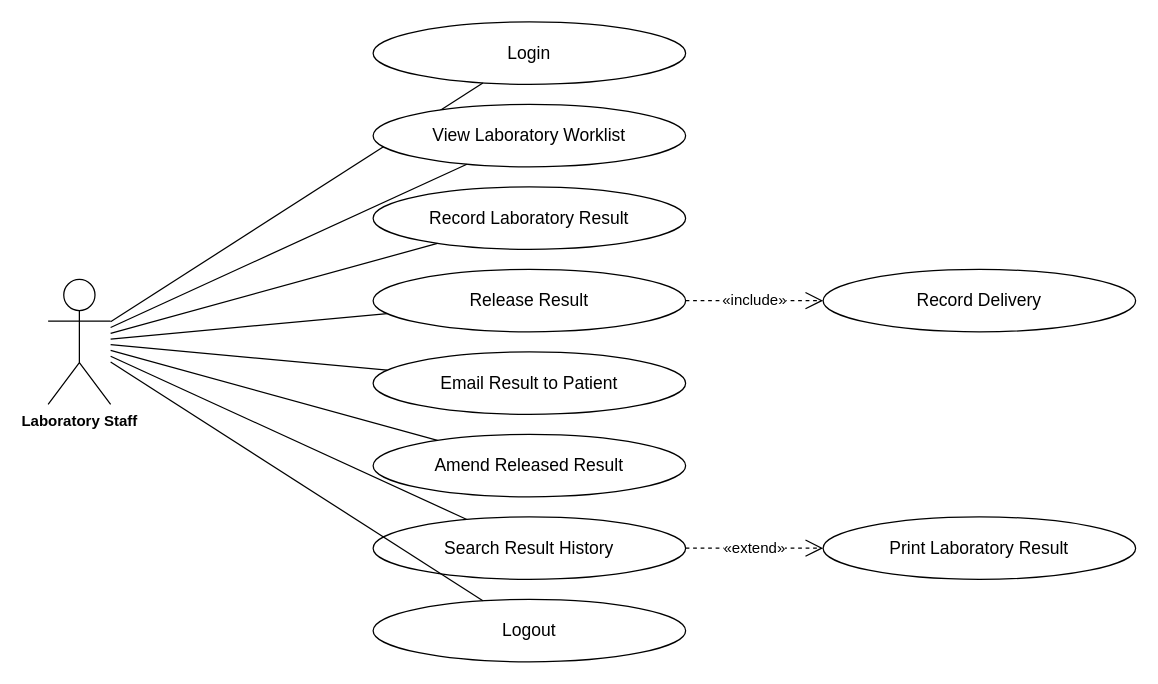
Earlier version of the draw.io diagram page "Laboratory Staff" (5 of 8) of docs/diagrams/usecases.drawio (steven23lz/Enlogada-Clinic-Management-System). Source tidied: cells renumbered, new cells numbered last; positions are measured from the earlier drawing's top-left corner, leaving out a move shared by most shapes. Both pictures are drawn from the tidied source at 125%, with x=0, y=0 at pixel (48, 21).
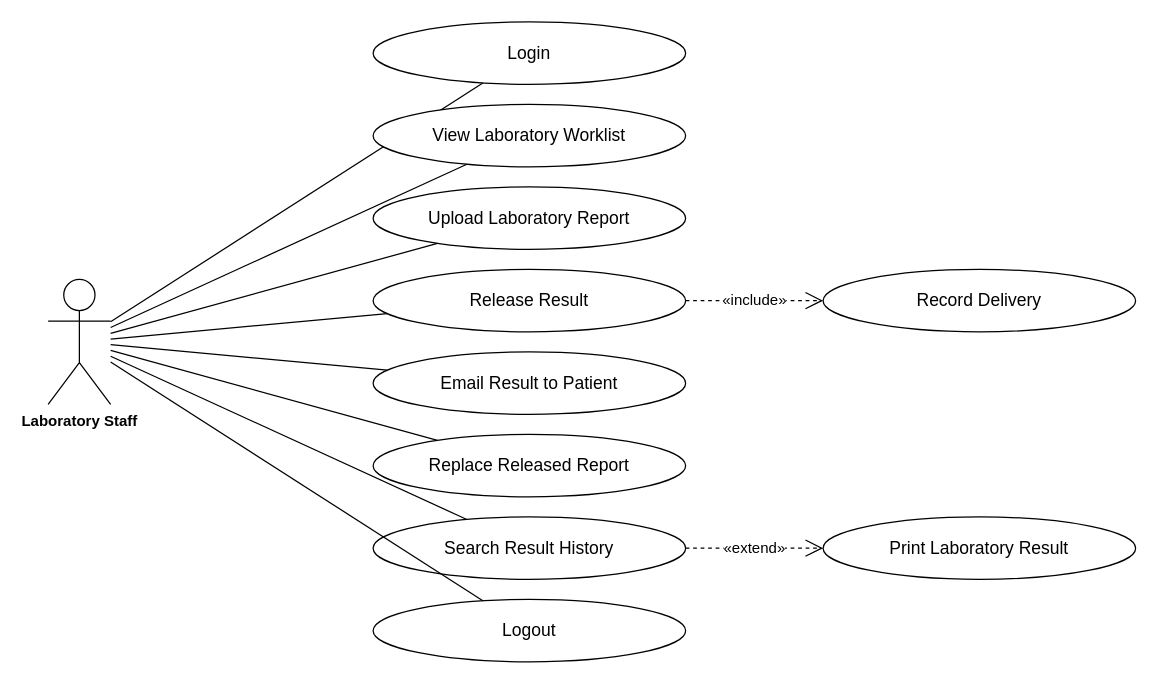
After the change.

Change to the diagram source:
```diff
@@
-    <mxCell id="7" value="Record Laboratory Result" style="ellipse;whiteSpace=wrap;html=1;fontFamily=Helvetica;fontSize=14;fontColor=#000000;strokeColor=#000000;" parent="1" vertex="1">
+    <mxCell id="7" value="Upload Laboratory Report" style="ellipse;whiteSpace=wrap;html=1;fontFamily=Helvetica;fontSize=14;fontColor=#000000;strokeColor=#000000;" parent="1" vertex="1">
       <mxGeometry x="260" y="132" width="250" height="50" as="geometry" />
     </mxCell>
@@
-    <mxCell id="13" value="Amend Released Result" style="ellipse;whiteSpace=wrap;html=1;fontFamily=Helvetica;fontSize=14;fontColor=#000000;strokeColor=#000000;" parent="1" vertex="1">
+    <mxCell id="13" value="Replace Released Report" style="ellipse;whiteSpace=wrap;html=1;fontFamily=Helvetica;fontSize=14;fontColor=#000000;strokeColor=#000000;" parent="1" vertex="1">
       <mxGeometry x="260" y="330" width="250" height="50" as="geometry" />
     </mxCell>
```
